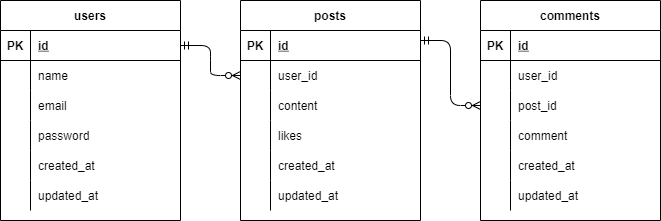
This is db.drawio.png from aquarius1905/coachtech-practical-modern-dev-dbdesign, a draw.io export, as it was before one commit. Source tidied: cells renumbered, new cells last; positions are measured from the earlier drawing's top-left corner, leaving out a move shared by most shapes. The source it was exported from:
```xml
<mxGraphModel>
  <root>
    <mxCell id="0" />
    <mxCell id="1" parent="0" />
    <mxCell id="2" value="users" style="shape=table;startSize=30;rowLines=0;fontStyle=1;align=center;" parent="1" vertex="1">
      <mxGeometry width="180" height="220" as="geometry" />
    </mxCell>
    <mxCell id="3" style="shape=partialRectangle;fillColor=none;top=0;left=0;bottom=1;right=0;points=[[0,0.5],[1,0.5]];portConstraint=eastwest;" parent="2" vertex="1">
      <mxGeometry y="30" width="180" height="30" as="geometry" />
    </mxCell>
    <mxCell id="4" value="PK" style="shape=partialRectangle;fillColor=none;top=0;left=0;bottom=0;right=0;fontStyle=1;overflow=hidden;" parent="3" vertex="1">
      <mxGeometry width="30" height="30" as="geometry" />
    </mxCell>
    <mxCell id="5" value="id" style="shape=partialRectangle;fillColor=none;top=0;left=0;bottom=0;right=0;align=left;spacingLeft=6;fontStyle=5;overflow=hidden;" parent="3" vertex="1">
      <mxGeometry x="30" width="150" height="30" as="geometry" />
    </mxCell>
    <mxCell id="6" style="shape=partialRectangle;fillColor=none;top=0;left=0;bottom=0;right=0;" parent="2" vertex="1">
      <mxGeometry y="60" width="180" height="30" as="geometry" />
    </mxCell>
    <mxCell id="7" style="shape=partialRectangle;fillColor=none;top=0;left=0;bottom=0;right=0;overflow=hidden;" parent="6" vertex="1">
      <mxGeometry width="30" height="30" as="geometry" />
    </mxCell>
    <mxCell id="8" value="name" style="shape=partialRectangle;fillColor=none;top=0;left=0;bottom=0;right=0;align=left;spacingLeft=6;overflow=hidden;" parent="6" vertex="1">
      <mxGeometry x="30" width="150" height="30" as="geometry" />
    </mxCell>
    <mxCell id="9" style="shape=partialRectangle;fillColor=none;top=0;left=0;bottom=0;right=0;" parent="2" vertex="1">
      <mxGeometry y="90" width="180" height="30" as="geometry" />
    </mxCell>
    <mxCell id="10" style="shape=partialRectangle;fillColor=none;top=0;left=0;bottom=0;right=0;overflow=hidden;" parent="9" vertex="1">
      <mxGeometry width="30" height="30" as="geometry" />
    </mxCell>
    <mxCell id="11" value="email" style="shape=partialRectangle;fillColor=none;top=0;left=0;bottom=0;right=0;align=left;spacingLeft=6;overflow=hidden;" parent="9" vertex="1">
      <mxGeometry x="30" width="150" height="30" as="geometry" />
    </mxCell>
    <mxCell id="12" style="shape=partialRectangle;fillColor=none;top=0;left=0;bottom=0;right=0;" parent="2" vertex="1">
      <mxGeometry y="120" width="180" height="30" as="geometry" />
    </mxCell>
    <mxCell id="13" style="shape=partialRectangle;fillColor=none;top=0;left=0;bottom=0;right=0;overflow=hidden;" parent="12" vertex="1">
      <mxGeometry width="30" height="30" as="geometry" />
    </mxCell>
    <mxCell id="14" value="password" style="shape=partialRectangle;fillColor=none;top=0;left=0;bottom=0;right=0;align=left;spacingLeft=6;overflow=hidden;" parent="12" vertex="1">
      <mxGeometry x="30" width="150" height="30" as="geometry" />
    </mxCell>
    <mxCell id="15" style="shape=partialRectangle;fillColor=none;top=0;left=0;bottom=0;right=0;" parent="2" vertex="1">
      <mxGeometry y="150" width="180" height="30" as="geometry" />
    </mxCell>
    <mxCell id="16" style="shape=partialRectangle;fillColor=none;top=0;left=0;bottom=0;right=0;overflow=hidden;" parent="15" vertex="1">
      <mxGeometry width="30" height="30" as="geometry" />
    </mxCell>
    <mxCell id="17" value="created_at" style="shape=partialRectangle;fillColor=none;top=0;left=0;bottom=0;right=0;align=left;spacingLeft=6;overflow=hidden;" parent="15" vertex="1">
      <mxGeometry x="30" width="150" height="30" as="geometry" />
    </mxCell>
    <mxCell id="18" style="shape=partialRectangle;fillColor=none;top=0;left=0;bottom=0;right=0;" parent="2" vertex="1">
      <mxGeometry y="180" width="180" height="30" as="geometry" />
    </mxCell>
    <mxCell id="19" style="shape=partialRectangle;fillColor=none;top=0;left=0;bottom=0;right=0;overflow=hidden;" parent="18" vertex="1">
      <mxGeometry width="30" height="30" as="geometry" />
    </mxCell>
    <mxCell id="20" value="updated_at" style="shape=partialRectangle;fillColor=none;top=0;left=0;bottom=0;right=0;align=left;spacingLeft=6;overflow=hidden;" parent="18" vertex="1">
      <mxGeometry x="30" width="150" height="30" as="geometry" />
    </mxCell>
    <mxCell id="21" value="posts" style="shape=table;startSize=30;rowLines=0;fontStyle=1;align=center;" parent="1" vertex="1">
      <mxGeometry x="240" width="180" height="220" as="geometry" />
    </mxCell>
    <mxCell id="22" style="shape=partialRectangle;fillColor=none;top=0;left=0;bottom=1;right=0;points=[[0,0.5],[1,0.5]];portConstraint=eastwest;" parent="21" vertex="1">
      <mxGeometry y="30" width="180" height="30" as="geometry" />
    </mxCell>
    <mxCell id="23" value="PK" style="shape=partialRectangle;fillColor=none;top=0;left=0;bottom=0;right=0;fontStyle=1;overflow=hidden;" parent="22" vertex="1">
      <mxGeometry width="30" height="30" as="geometry" />
    </mxCell>
    <mxCell id="24" value="id" style="shape=partialRectangle;fillColor=none;top=0;left=0;bottom=0;right=0;align=left;spacingLeft=6;fontStyle=5;overflow=hidden;" parent="22" vertex="1">
      <mxGeometry x="30" width="150" height="30" as="geometry" />
    </mxCell>
    <mxCell id="25" style="shape=partialRectangle;fillColor=none;top=0;left=0;bottom=0;right=0;points=[[0,0.5],[1,0.5]];portConstraint=eastwest;" parent="21" vertex="1">
      <mxGeometry y="60" width="180" height="30" as="geometry" />
    </mxCell>
    <mxCell id="26" style="shape=partialRectangle;fillColor=none;top=0;left=0;bottom=0;right=0;overflow=hidden;" parent="25" vertex="1">
      <mxGeometry width="30" height="30" as="geometry" />
    </mxCell>
    <mxCell id="27" value="user_id" style="shape=partialRectangle;fillColor=none;top=0;left=0;bottom=0;right=0;align=left;spacingLeft=6;overflow=hidden;" parent="25" vertex="1">
      <mxGeometry x="30" width="150" height="30" as="geometry" />
    </mxCell>
    <mxCell id="28" style="shape=partialRectangle;fillColor=none;top=0;left=0;bottom=0;right=0;" parent="21" vertex="1">
      <mxGeometry y="90" width="180" height="30" as="geometry" />
    </mxCell>
    <mxCell id="29" style="shape=partialRectangle;fillColor=none;top=0;left=0;bottom=0;right=0;overflow=hidden;" parent="28" vertex="1">
      <mxGeometry width="30" height="30" as="geometry" />
    </mxCell>
    <mxCell id="30" value="content" style="shape=partialRectangle;fillColor=none;top=0;left=0;bottom=0;right=0;align=left;spacingLeft=6;overflow=hidden;" parent="28" vertex="1">
      <mxGeometry x="30" width="150" height="30" as="geometry" />
    </mxCell>
    <mxCell id="31" style="shape=partialRectangle;fillColor=none;top=0;left=0;bottom=0;right=0;" parent="21" vertex="1">
      <mxGeometry y="120" width="180" height="30" as="geometry" />
    </mxCell>
    <mxCell id="32" style="shape=partialRectangle;fillColor=none;top=0;left=0;bottom=0;right=0;overflow=hidden;" parent="31" vertex="1">
      <mxGeometry width="30" height="30" as="geometry" />
    </mxCell>
    <mxCell id="33" value="likes" style="shape=partialRectangle;fillColor=none;top=0;left=0;bottom=0;right=0;align=left;spacingLeft=6;overflow=hidden;" parent="31" vertex="1">
      <mxGeometry x="30" width="150" height="30" as="geometry" />
    </mxCell>
    <mxCell id="34" style="shape=partialRectangle;fillColor=none;top=0;left=0;bottom=0;right=0;" parent="21" vertex="1">
      <mxGeometry y="150" width="180" height="30" as="geometry" />
    </mxCell>
    <mxCell id="35" style="shape=partialRectangle;fillColor=none;top=0;left=0;bottom=0;right=0;overflow=hidden;" parent="34" vertex="1">
      <mxGeometry width="30" height="30" as="geometry" />
    </mxCell>
    <mxCell id="36" value="created_at" style="shape=partialRectangle;fillColor=none;top=0;left=0;bottom=0;right=0;align=left;spacingLeft=6;overflow=hidden;" parent="34" vertex="1">
      <mxGeometry x="30" width="150" height="30" as="geometry" />
    </mxCell>
    <mxCell id="37" style="shape=partialRectangle;fillColor=none;top=0;left=0;bottom=0;right=0;" parent="21" vertex="1">
      <mxGeometry y="180" width="180" height="30" as="geometry" />
    </mxCell>
    <mxCell id="38" style="shape=partialRectangle;fillColor=none;top=0;left=0;bottom=0;right=0;overflow=hidden;" parent="37" vertex="1">
      <mxGeometry width="30" height="30" as="geometry" />
    </mxCell>
    <mxCell id="39" value="updated_at" style="shape=partialRectangle;fillColor=none;top=0;left=0;bottom=0;right=0;align=left;spacingLeft=6;overflow=hidden;" parent="37" vertex="1">
      <mxGeometry x="30" width="150" height="30" as="geometry" />
    </mxCell>
    <mxCell id="40" value="comments" style="shape=table;startSize=30;rowLines=0;fontStyle=1;align=center;" parent="1" vertex="1">
      <mxGeometry x="480" width="180" height="220" as="geometry" />
    </mxCell>
    <mxCell id="41" style="shape=partialRectangle;fillColor=none;top=0;left=0;bottom=1;right=0;" parent="40" vertex="1">
      <mxGeometry y="30" width="180" height="30" as="geometry" />
    </mxCell>
    <mxCell id="42" value="PK" style="shape=partialRectangle;fillColor=none;top=0;left=0;bottom=0;right=0;fontStyle=1;overflow=hidden;" parent="41" vertex="1">
      <mxGeometry width="30" height="30" as="geometry" />
    </mxCell>
    <mxCell id="43" value="id" style="shape=partialRectangle;fillColor=none;top=0;left=0;bottom=0;right=0;align=left;spacingLeft=6;fontStyle=5;overflow=hidden;" parent="41" vertex="1">
      <mxGeometry x="30" width="150" height="30" as="geometry" />
    </mxCell>
    <mxCell id="44" style="shape=partialRectangle;fillColor=none;top=0;left=0;bottom=0;right=0;points=[[0,0.5],[1,0.5]];portConstraint=eastwest;" parent="40" vertex="1">
      <mxGeometry y="60" width="180" height="30" as="geometry" />
    </mxCell>
    <mxCell id="45" style="shape=partialRectangle;fillColor=none;top=0;left=0;bottom=0;right=0;overflow=hidden;" parent="44" vertex="1">
      <mxGeometry width="30" height="30" as="geometry" />
    </mxCell>
    <mxCell id="46" value="user_id" style="shape=partialRectangle;fillColor=none;top=0;left=0;bottom=0;right=0;align=left;spacingLeft=6;overflow=hidden;" parent="44" vertex="1">
      <mxGeometry x="30" width="150" height="30" as="geometry" />
    </mxCell>
    <mxCell id="47" style="shape=partialRectangle;fillColor=none;top=0;left=0;bottom=0;right=0;points=[[0,0.5],[1,0.5]];portConstraint=eastwest;" parent="40" vertex="1">
      <mxGeometry y="90" width="180" height="30" as="geometry" />
    </mxCell>
    <mxCell id="48" style="shape=partialRectangle;fillColor=none;top=0;left=0;bottom=0;right=0;overflow=hidden;" parent="47" vertex="1">
      <mxGeometry width="30" height="30" as="geometry" />
    </mxCell>
    <mxCell id="49" value="post_id" style="shape=partialRectangle;fillColor=none;top=0;left=0;bottom=0;right=0;align=left;spacingLeft=6;overflow=hidden;" parent="47" vertex="1">
      <mxGeometry x="30" width="150" height="30" as="geometry" />
    </mxCell>
    <mxCell id="50" style="shape=partialRectangle;fillColor=none;top=0;left=0;bottom=0;right=0;" parent="40" vertex="1">
      <mxGeometry y="120" width="180" height="30" as="geometry" />
    </mxCell>
    <mxCell id="51" style="shape=partialRectangle;fillColor=none;top=0;left=0;bottom=0;right=0;overflow=hidden;" parent="50" vertex="1">
      <mxGeometry width="30" height="30" as="geometry" />
    </mxCell>
    <mxCell id="52" value="comment" style="shape=partialRectangle;fillColor=none;top=0;left=0;bottom=0;right=0;align=left;spacingLeft=6;overflow=hidden;" parent="50" vertex="1">
      <mxGeometry x="30" width="150" height="30" as="geometry" />
    </mxCell>
    <mxCell id="53" style="shape=partialRectangle;fillColor=none;top=0;left=0;bottom=0;right=0;" parent="40" vertex="1">
      <mxGeometry y="150" width="180" height="30" as="geometry" />
    </mxCell>
    <mxCell id="54" style="shape=partialRectangle;fillColor=none;top=0;left=0;bottom=0;right=0;overflow=hidden;" parent="53" vertex="1">
      <mxGeometry width="30" height="30" as="geometry" />
    </mxCell>
    <mxCell id="55" value="created_at" style="shape=partialRectangle;fillColor=none;top=0;left=0;bottom=0;right=0;align=left;spacingLeft=6;overflow=hidden;" parent="53" vertex="1">
      <mxGeometry x="30" width="150" height="30" as="geometry" />
    </mxCell>
    <mxCell id="56" style="shape=partialRectangle;fillColor=none;top=0;left=0;bottom=0;right=0;" parent="40" vertex="1">
      <mxGeometry y="180" width="180" height="30" as="geometry" />
    </mxCell>
    <mxCell id="57" style="shape=partialRectangle;fillColor=none;top=0;left=0;bottom=0;right=0;overflow=hidden;" parent="56" vertex="1">
      <mxGeometry width="30" height="30" as="geometry" />
    </mxCell>
    <mxCell id="58" value="updated_at" style="shape=partialRectangle;fillColor=none;top=0;left=0;bottom=0;right=0;align=left;spacingLeft=6;overflow=hidden;" parent="56" vertex="1">
      <mxGeometry x="30" width="150" height="30" as="geometry" />
    </mxCell>
    <mxCell id="59" style="edgeStyle=entityRelationEdgeStyle;fontSize=12;html=1;endArrow=ERzeroToMany;startArrow=ERmandOne;entryX=0;entryY=0.5;entryDx=0;entryDy=0;" parent="1" edge="1" source="3" target="25">
      <mxGeometry relative="1" as="geometry" />
    </mxCell>
    <mxCell id="60" style="edgeStyle=entityRelationEdgeStyle;fontSize=12;html=1;endArrow=ERzeroToMany;startArrow=ERmandOne;entryX=0;entryY=0.5;entryDx=0;entryDy=0;" parent="1" edge="1" target="47">
      <mxGeometry relative="1" as="geometry">
        <mxPoint x="420" y="40" as="sourcePoint" />
      </mxGeometry>
    </mxCell>
  </root>
</mxGraphModel>
```
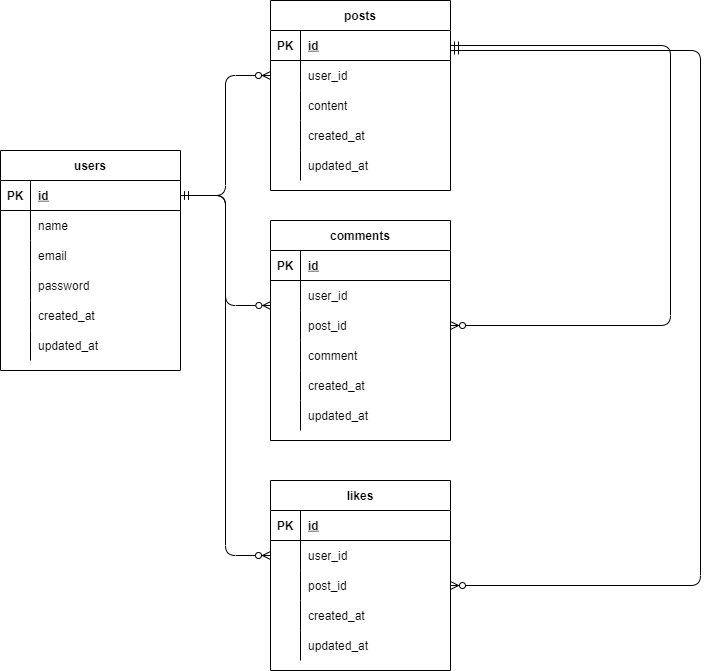
The same diagram one commit later.

Diff of the diagram source:
```diff
@@ -3,7 +3,7 @@
     <mxCell id="0" />
     <mxCell id="1" parent="0" />
     <mxCell id="2" value="users" style="shape=table;startSize=30;rowLines=0;fontStyle=1;align=center;" parent="1" vertex="1">
-      <mxGeometry width="180" height="220" as="geometry" />
+      <mxGeometry x="-30" y="-30" width="180" height="220" as="geometry" />
     </mxCell>
     <mxCell id="3" style="shape=partialRectangle;fillColor=none;top=0;left=0;bottom=1;right=0;points=[[0,0.5],[1,0.5]];portConstraint=eastwest;" parent="2" vertex="1">
       <mxGeometry y="30" width="180" height="30" as="geometry" />
@@ -60,7 +60,7 @@
       <mxGeometry x="30" width="150" height="30" as="geometry" />
     </mxCell>
     <mxCell id="21" value="posts" style="shape=table;startSize=30;rowLines=0;fontStyle=1;align=center;" parent="1" vertex="1">
-      <mxGeometry x="240" width="180" height="220" as="geometry" />
+      <mxGeometry x="240" y="-180" width="180" height="190" as="geometry" />
     </mxCell>
     <mxCell id="22" style="shape=partialRectangle;fillColor=none;top=0;left=0;bottom=1;right=0;points=[[0,0.5],[1,0.5]];portConstraint=eastwest;" parent="21" vertex="1">
       <mxGeometry y="30" width="180" height="30" as="geometry" />
@@ -89,17 +89,8 @@
     <mxCell id="30" value="content" style="shape=partialRectangle;fillColor=none;top=0;left=0;bottom=0;right=0;align=left;spacingLeft=6;overflow=hidden;" parent="28" vertex="1">
       <mxGeometry x="30" width="150" height="30" as="geometry" />
     </mxCell>
-    <mxCell id="31" style="shape=partialRectangle;fillColor=none;top=0;left=0;bottom=0;right=0;" parent="21" vertex="1">
-      <mxGeometry y="120" width="180" height="30" as="geometry" />
-    </mxCell>
-    <mxCell id="32" style="shape=partialRectangle;fillColor=none;top=0;left=0;bottom=0;right=0;overflow=hidden;" parent="31" vertex="1">
-      <mxGeometry width="30" height="30" as="geometry" />
-    </mxCell>
-    <mxCell id="33" value="likes" style="shape=partialRectangle;fillColor=none;top=0;left=0;bottom=0;right=0;align=left;spacingLeft=6;overflow=hidden;" parent="31" vertex="1">
-      <mxGeometry x="30" width="150" height="30" as="geometry" />
-    </mxCell>
     <mxCell id="34" style="shape=partialRectangle;fillColor=none;top=0;left=0;bottom=0;right=0;" parent="21" vertex="1">
-      <mxGeometry y="150" width="180" height="30" as="geometry" />
+      <mxGeometry y="120" width="180" height="30" as="geometry" />
     </mxCell>
     <mxCell id="35" style="shape=partialRectangle;fillColor=none;top=0;left=0;bottom=0;right=0;overflow=hidden;" parent="34" vertex="1">
       <mxGeometry width="30" height="30" as="geometry" />
@@ -108,7 +99,7 @@
       <mxGeometry x="30" width="150" height="30" as="geometry" />
     </mxCell>
     <mxCell id="37" style="shape=partialRectangle;fillColor=none;top=0;left=0;bottom=0;right=0;" parent="21" vertex="1">
-      <mxGeometry y="180" width="180" height="30" as="geometry" />
+      <mxGeometry y="150" width="180" height="30" as="geometry" />
     </mxCell>
     <mxCell id="38" style="shape=partialRectangle;fillColor=none;top=0;left=0;bottom=0;right=0;overflow=hidden;" parent="37" vertex="1">
       <mxGeometry width="30" height="30" as="geometry" />
@@ -117,7 +108,7 @@
       <mxGeometry x="30" width="150" height="30" as="geometry" />
     </mxCell>
     <mxCell id="40" value="comments" style="shape=table;startSize=30;rowLines=0;fontStyle=1;align=center;" parent="1" vertex="1">
-      <mxGeometry x="480" width="180" height="220" as="geometry" />
+      <mxGeometry x="240" y="40" width="180" height="220" as="geometry" />
     </mxCell>
     <mxCell id="41" style="shape=partialRectangle;fillColor=none;top=0;left=0;bottom=1;right=0;" parent="40" vertex="1">
       <mxGeometry y="30" width="180" height="30" as="geometry" />
@@ -173,13 +164,79 @@
     <mxCell id="58" value="updated_at" style="shape=partialRectangle;fillColor=none;top=0;left=0;bottom=0;right=0;align=left;spacingLeft=6;overflow=hidden;" parent="56" vertex="1">
       <mxGeometry x="30" width="150" height="30" as="geometry" />
     </mxCell>
-    <mxCell id="59" style="edgeStyle=entityRelationEdgeStyle;fontSize=12;html=1;endArrow=ERzeroToMany;startArrow=ERmandOne;entryX=0;entryY=0.5;entryDx=0;entryDy=0;" parent="1" edge="1" source="3" target="25">
+    <mxCell id="59" style="fontSize=12;html=1;endArrow=ERzeroToMany;startArrow=ERmandOne;entryX=0;entryY=0.5;entryDx=0;entryDy=0;exitX=1;exitY=0.5;exitDx=0;exitDy=0;edgeStyle=orthogonalEdgeStyle;" parent="1" edge="1" source="3" target="25">
       <mxGeometry relative="1" as="geometry" />
     </mxCell>
-    <mxCell id="60" style="edgeStyle=entityRelationEdgeStyle;fontSize=12;html=1;endArrow=ERzeroToMany;startArrow=ERmandOne;entryX=0;entryY=0.5;entryDx=0;entryDy=0;" parent="1" edge="1" target="47">
-      <mxGeometry relative="1" as="geometry">
-        <mxPoint x="420" y="40" as="sourcePoint" />
-      </mxGeometry>
-    </mxCell>
+    <mxCell id="33" value="likes" style="shape=table;startSize=30;rowLines=0;fontStyle=1;align=center;" parent="1" vertex="1">
+      <mxGeometry x="240" y="300" width="180" height="190" as="geometry" />
+    </mxCell>
+    <mxCell id="61" style="shape=partialRectangle;fillColor=none;top=0;left=0;bottom=1;right=0;" parent="33" vertex="1">
+      <mxGeometry y="30" width="180" height="30" as="geometry" />
+    </mxCell>
+    <mxCell id="62" value="PK" style="shape=partialRectangle;fillColor=none;top=0;left=0;bottom=0;right=0;fontStyle=1;overflow=hidden;" parent="61" vertex="1">
+      <mxGeometry width="30" height="30" as="geometry" />
+    </mxCell>
+    <mxCell id="63" value="id" style="shape=partialRectangle;fillColor=none;top=0;left=0;bottom=0;right=0;align=left;spacingLeft=6;fontStyle=5;overflow=hidden;" parent="61" vertex="1">
+      <mxGeometry x="30" width="150" height="30" as="geometry" />
+    </mxCell>
+    <mxCell id="64" style="shape=partialRectangle;fillColor=none;top=0;left=0;bottom=0;right=0;points=[[0,0.5],[1,0.5]];portConstraint=eastwest;" parent="33" vertex="1">
+      <mxGeometry y="60" width="180" height="30" as="geometry" />
+    </mxCell>
+    <mxCell id="65" style="shape=partialRectangle;fillColor=none;top=0;left=0;bottom=0;right=0;overflow=hidden;" parent="64" vertex="1">
+      <mxGeometry width="30" height="30" as="geometry" />
+    </mxCell>
+    <mxCell id="66" value="user_id" style="shape=partialRectangle;fillColor=none;top=0;left=0;bottom=0;right=0;align=left;spacingLeft=6;overflow=hidden;" parent="64" vertex="1">
+      <mxGeometry x="30" width="150" height="30" as="geometry" />
+    </mxCell>
+    <mxCell id="67" style="shape=partialRectangle;fillColor=none;top=0;left=0;bottom=0;right=0;points=[[0,0.5],[1,0.5]];portConstraint=eastwest;" parent="33" vertex="1">
+      <mxGeometry y="90" width="180" height="30" as="geometry" />
+    </mxCell>
+    <mxCell id="68" style="shape=partialRectangle;fillColor=none;top=0;left=0;bottom=0;right=0;overflow=hidden;" parent="67" vertex="1">
+      <mxGeometry width="30" height="30" as="geometry" />
+    </mxCell>
+    <mxCell id="69" value="post_id" style="shape=partialRectangle;fillColor=none;top=0;left=0;bottom=0;right=0;align=left;spacingLeft=6;overflow=hidden;" parent="67" vertex="1">
+      <mxGeometry x="30" width="150" height="30" as="geometry" />
+    </mxCell>
+    <mxCell id="31" style="shape=partialRectangle;fillColor=none;top=0;left=0;bottom=0;right=0;" parent="33" vertex="1">
+      <mxGeometry y="120" width="180" height="30" as="geometry" />
+    </mxCell>
+    <mxCell id="70" style="shape=partialRectangle;fillColor=none;top=0;left=0;bottom=0;right=0;overflow=hidden;" parent="31" vertex="1">
+      <mxGeometry width="30" height="30" as="geometry" />
+    </mxCell>
+    <mxCell id="71" value="created_at" style="shape=partialRectangle;fillColor=none;top=0;left=0;bottom=0;right=0;align=left;spacingLeft=6;overflow=hidden;" parent="31" vertex="1">
+      <mxGeometry x="30" width="150" height="30" as="geometry" />
+    </mxCell>
+    <mxCell id="72" style="shape=partialRectangle;fillColor=none;top=0;left=0;bottom=0;right=0;" parent="33" vertex="1">
+      <mxGeometry y="150" width="180" height="30" as="geometry" />
+    </mxCell>
+    <mxCell id="73" style="shape=partialRectangle;fillColor=none;top=0;left=0;bottom=0;right=0;overflow=hidden;" parent="72" vertex="1">
+      <mxGeometry width="30" height="30" as="geometry" />
+    </mxCell>
+    <mxCell id="74" value="updated_at" style="shape=partialRectangle;fillColor=none;top=0;left=0;bottom=0;right=0;align=left;spacingLeft=6;overflow=hidden;" parent="72" vertex="1">
+      <mxGeometry x="30" width="150" height="30" as="geometry" />
+    </mxCell>
+    <mxCell id="75" style="fontSize=12;html=1;endArrow=ERzeroToMany;startArrow=ERmandOne;entryX=0;entryY=0.5;entryDx=0;entryDy=0;exitX=1;exitY=0.5;exitDx=0;exitDy=0;edgeStyle=orthogonalEdgeStyle;" parent="1" edge="1" source="3" target="64">
+      <mxGeometry relative="1" as="geometry" />
+    </mxCell>
+    <mxCell id="76" style="fontSize=12;html=1;endArrow=ERzeroToMany;startArrow=ERmandOne;entryX=0.002;entryY=0.833;entryDx=0;entryDy=0;exitX=1;exitY=0.5;exitDx=0;exitDy=0;entryPerimeter=0;edgeStyle=orthogonalEdgeStyle;" parent="1" edge="1" source="3" target="44">
+      <mxGeometry relative="1" as="geometry" />
+    </mxCell>
+    <mxCell id="77" style="fontSize=12;html=1;endArrow=ERzeroToMany;startArrow=ERmandOne;exitX=1;exitY=0.5;exitDx=0;exitDy=0;entryX=1;entryY=0.5;entryDx=0;entryDy=0;edgeStyle=orthogonalEdgeStyle;" parent="1" edge="1" target="67">
+      <mxGeometry relative="1" as="geometry">
+        <mxPoint x="420" y="-130" as="sourcePoint" />
+        <Array as="points">
+          <mxPoint x="670" y="-130" />
+          <mxPoint x="670" y="405" />
+        </Array>
+      </mxGeometry>
+    </mxCell>
+    <mxCell id="78" style="fontSize=12;html=1;endArrow=ERzeroToMany;startArrow=ERmandOne;exitX=1;exitY=0.5;exitDx=0;exitDy=0;edgeStyle=orthogonalEdgeStyle;" parent="1" edge="1" source="22" target="47">
+      <mxGeometry relative="1" as="geometry">
+        <Array as="points">
+          <mxPoint x="640" y="-135" />
+          <mxPoint x="640" y="145" />
+        </Array>
+      </mxGeometry>
+    </mxCell>
   </root>
 </mxGraphModel>
```
